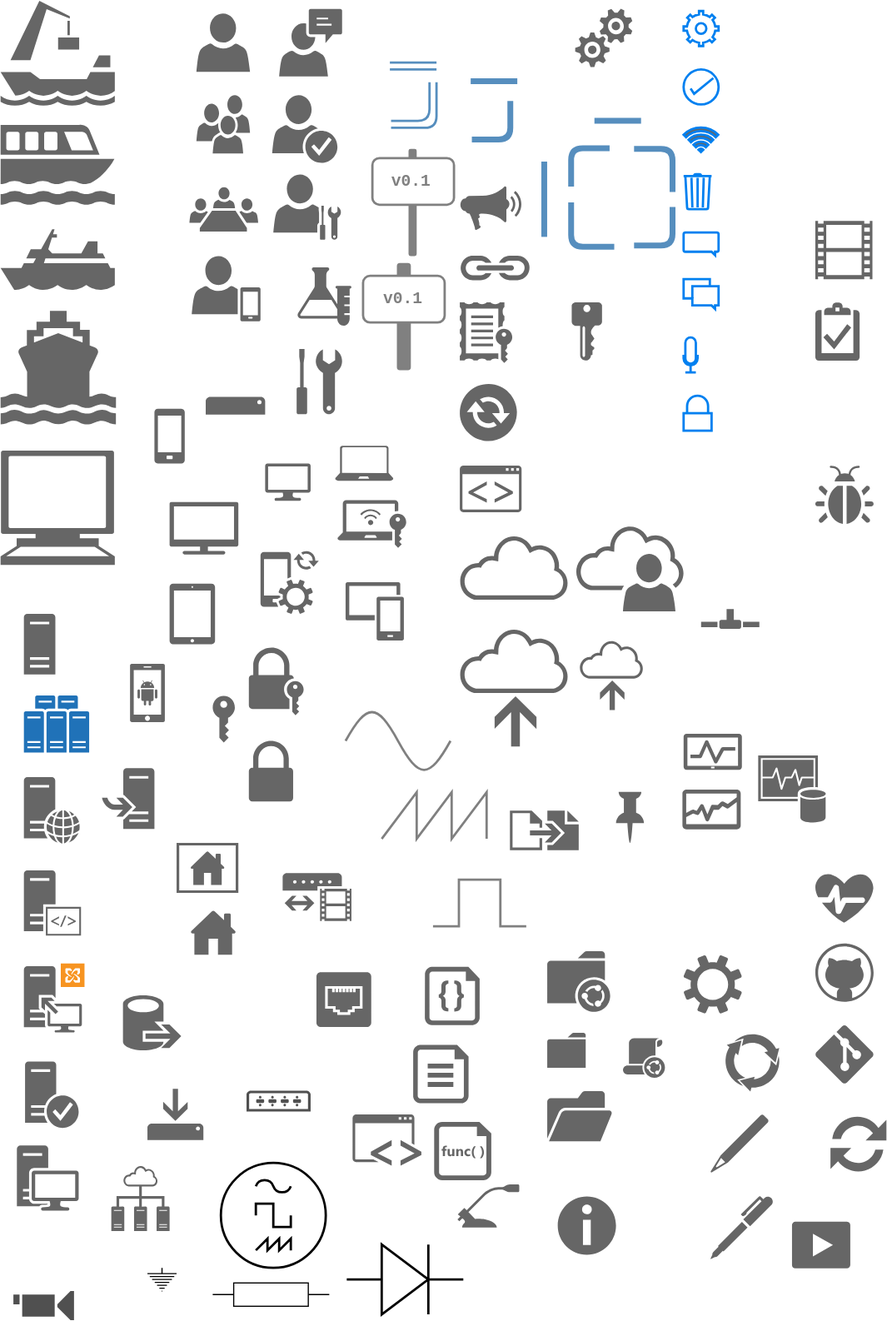
mpsonntag/prespost keeps this draw.io diagram as 201800_GIN_Paper/ShapesCollection.svg. Above is the earlier version. Source tidied: cells renumbered, new cells last; positions are measured from the earlier drawing's top-left corner, leaving out a move shared by most shapes.
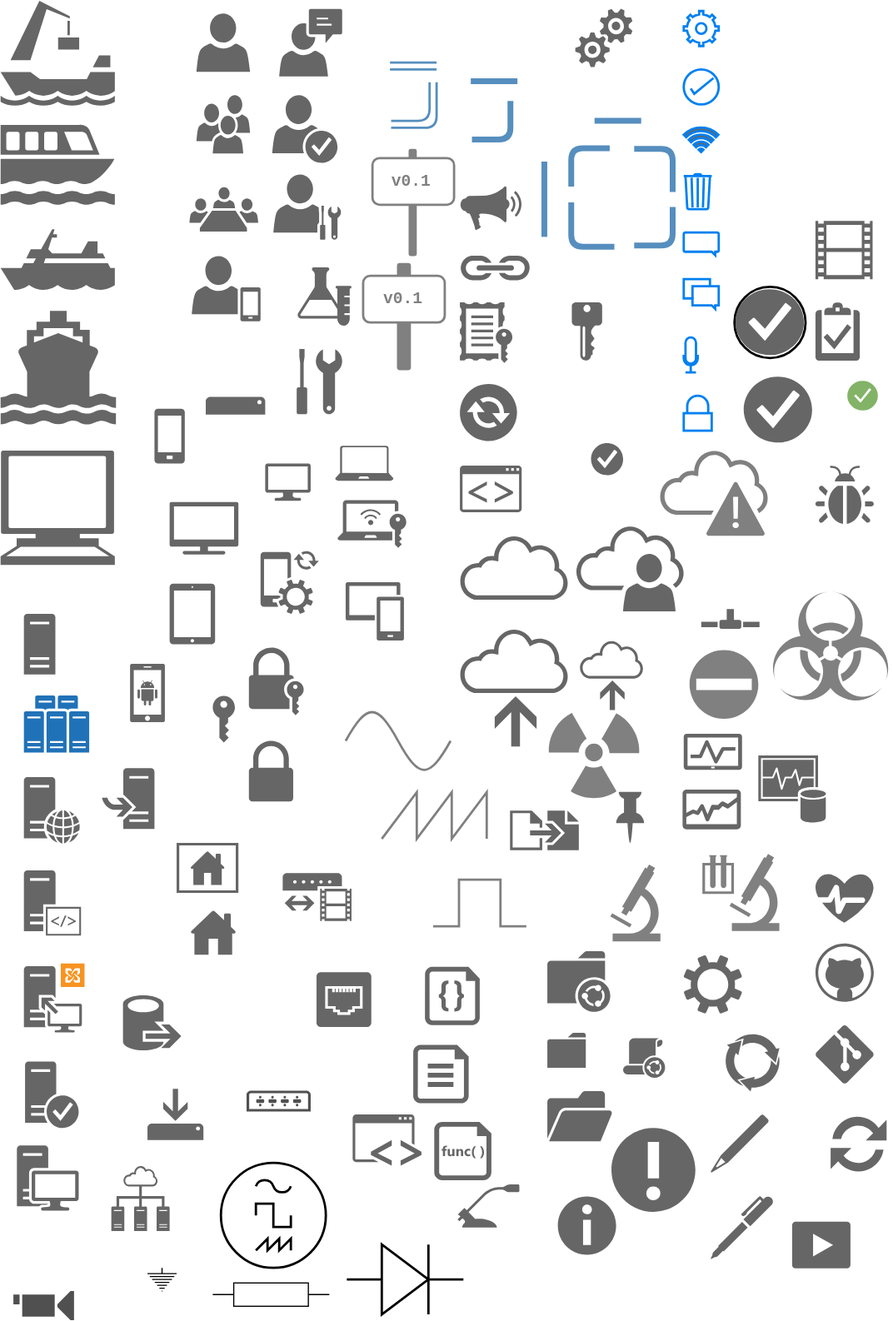
After the commit.

Commit message:
update 2018 GIN Paper shapes

Change to the diagram source:
```diff
@@ -426,5 +426,50 @@
         <mxPoint x="466.4" y="138" as="targetPoint" />
       </mxGeometry>
     </mxCell>
+    <mxCell id="124" style="shadow=0;dashed=0;html=1;strokeColor=none;shape=mxgraph.mscae.intune.alerts;fillColor=#666666;rotation=180;" parent="1" vertex="1">
+      <mxGeometry x="524" y="967" width="72" height="72" as="geometry" />
+    </mxCell>
+    <mxCell id="125" style="shadow=0;dashed=0;html=1;strokeColor=none;fillColor=#666666;labelPosition=center;verticalLabelPosition=bottom;verticalAlign=top;shape=(stored shape, 632 characters);" parent="1" vertex="1">
+      <mxGeometry x="478" y="349" width="56" height="58" as="geometry" />
+    </mxCell>
+    <mxCell id="126" style="shadow=0;dashed=0;html=1;strokeColor=none;labelPosition=center;verticalLabelPosition=bottom;verticalAlign=top;shape=mxgraph.office.clouds.cloud_disaster;fillColor=#808080;" parent="1" vertex="1">
+      <mxGeometry x="565" y="385" width="94" height="74" as="geometry" />
+    </mxCell>
+    <mxCell id="127" style="shape=mxgraph.signs.science.microscope;html=1;fillColor=#808080;strokeColor=none;verticalLabelPosition=bottom;verticalAlign=top;align=center;" parent="1" vertex="1">
+      <mxGeometry x="523" y="741" width="43" height="66" as="geometry" />
+    </mxCell>
+    <mxCell id="128" style="shape=mxgraph.signs.science.laboratory;html=1;fillColor=#808080;strokeColor=none;verticalLabelPosition=bottom;verticalAlign=top;align=center;" parent="1" vertex="1">
+      <mxGeometry x="602" y="732" width="66" height="66" as="geometry" />
+    </mxCell>
+    <mxCell id="129" style="shape=mxgraph.signs.safety.no_entry;html=1;fillColor=#808080;strokeColor=none;verticalLabelPosition=bottom;verticalAlign=top;align=center;" parent="1" vertex="1">
+      <mxGeometry x="591" y="557" width="59" height="59" as="geometry" />
+    </mxCell>
+    <mxCell id="130" style="shape=mxgraph.signs.safety.radiation;html=1;fillColor=#808080;strokeColor=none;verticalLabelPosition=bottom;verticalAlign=top;align=center;" parent="1" vertex="1">
+      <mxGeometry x="469" y="611" width="80" height="73" as="geometry" />
+    </mxCell>
+    <mxCell id="131" style="shape=mxgraph.signs.safety.biohazard;html=1;fillColor=#808080;strokeColor=none;verticalLabelPosition=bottom;verticalAlign=top;align=center;" parent="1" vertex="1">
+      <mxGeometry x="659" y="507" width="106" height="97" as="geometry" />
+    </mxCell>
+    <mxCell id="132" style="shadow=0;dashed=0;html=1;strokeColor=none;fillColor=#666666;labelPosition=center;verticalLabelPosition=bottom;verticalAlign=top;shape=(stored shape, 628 characters);" parent="1" vertex="1">
+      <mxGeometry x="640.1" y="321" width="56" height="58" as="geometry" />
+    </mxCell>
+    <mxCell id="133" style="group;" parent="1" vertex="1">
+      <mxGeometry x="629" y="245" width="61" height="61" as="geometry" />
+    </mxCell>
+    <mxCell id="134" style="ellipse;whiteSpace=wrap;html=1;strokeColor=#000000;strokeWidth=2;fillColor=#FFFFFF;gradientColor=none;" parent="133" vertex="1">
+      <mxGeometry width="61" height="61" as="geometry" />
+    </mxCell>
+    <mxCell id="135" style="shadow=0;dashed=0;html=1;strokeColor=none;fillColor=#666666;labelPosition=center;verticalLabelPosition=bottom;verticalAlign=top;shape=(stored shape, 628 characters);" parent="133" vertex="1">
+      <mxGeometry x="4.1" y="1" width="56" height="58" as="geometry" />
+    </mxCell>
+    <mxCell id="136" style="group;" parent="1" vertex="1">
+      <mxGeometry x="724" y="323" width="31" height="31" as="geometry" />
+    </mxCell>
+    <mxCell id="137" style="ellipse;whiteSpace=wrap;html=1;strokeColor=none;strokeWidth=1;fillColor=#FFFFFF;gradientColor=none;" parent="136" vertex="1">
+      <mxGeometry width="31" height="31" as="geometry" />
+    </mxCell>
+    <mxCell id="138" style="shadow=0;dashed=0;html=1;strokeColor=#82B366;fillColor=#82B366;labelPosition=center;verticalLabelPosition=bottom;verticalAlign=top;shape=(stored shape, 628 characters);" parent="136" vertex="1">
+      <mxGeometry x="4" y="3" width="24" height="25" as="geometry" />
+    </mxCell>
   </root>
 </mxGraphModel>
```
